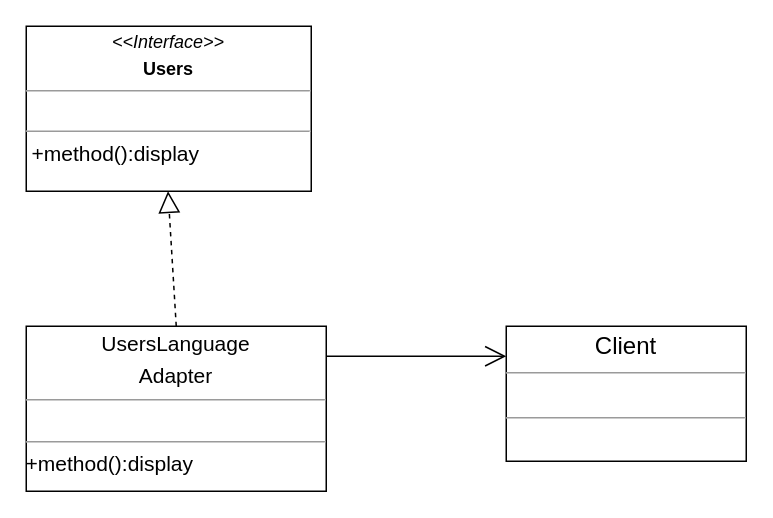
MaksShadows/Patterns keeps this draw.io diagram as structural/adapter/adapter.drawio. Above is the earlier version. Source tidied: cells renumbered, new cells numbered last; positions are measured from the earlier drawing's top-left corner, leaving out a move shared by most shapes. Both pictures are drawn from the tidied source at 150%, with x=0, y=0 at pixel (26, 26).
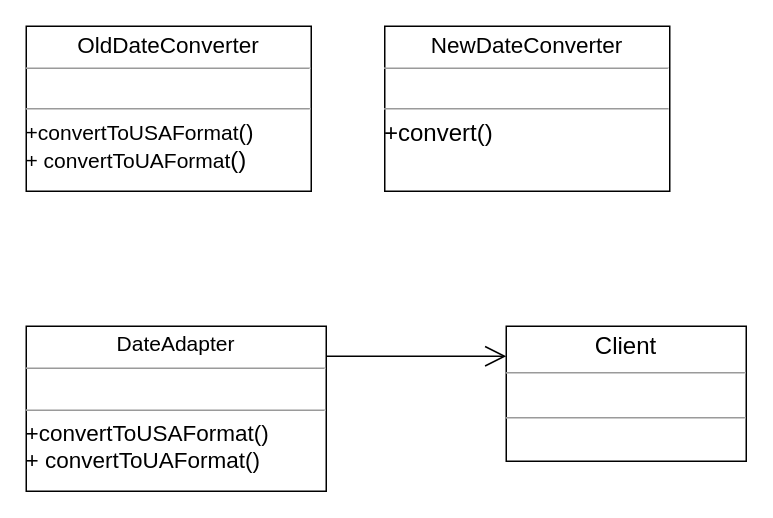
Above is the later version.

What changed in the source:
```diff
@@
 <mxGraphModel>
   <root>
     <mxCell id="0" />
     <mxCell id="1" parent="0" />
-    <mxCell id="2" value="&lt;p style=&quot;margin: 0px ; margin-top: 4px ; text-align: center&quot;&gt;&lt;i&gt;&amp;lt;&amp;lt;Interface&amp;gt;&amp;gt;&lt;/i&gt;&lt;/p&gt;&lt;p style=&quot;margin: 0px ; margin-top: 4px ; text-align: center&quot;&gt;&lt;b&gt;Users&lt;/b&gt;&lt;/p&gt;&lt;hr size=&quot;1&quot;&gt;&lt;p style=&quot;margin: 0px ; margin-left: 4px&quot;&gt;&lt;br&gt;&lt;/p&gt;&lt;hr size=&quot;1&quot;&gt;&lt;p style=&quot;text-align: justify ; margin: 0px 0px 0px 4px&quot;&gt;&lt;font style=&quot;font-size: 14px&quot;&gt;+method():display&lt;/font&gt;&lt;/p&gt;" style="verticalAlign=top;align=left;overflow=fill;fontSize=12;fontFamily=Helvetica;html=1;" parent="1" vertex="1">
+    <mxCell id="2" value="&lt;p style=&quot;margin: 0px ; margin-top: 4px ; text-align: center&quot;&gt;&lt;font style=&quot;font-size: 15px&quot;&gt;OldDateConverter&lt;/font&gt;&lt;br&gt;&lt;/p&gt;&lt;hr size=&quot;1&quot;&gt;&lt;p style=&quot;margin: 0px ; margin-left: 4px&quot;&gt;&lt;br&gt;&lt;/p&gt;&lt;hr size=&quot;1&quot;&gt;&lt;p style=&quot;text-align: justify ; margin: 0px 0px 0px 4px&quot;&gt;&lt;/p&gt;&lt;span style=&quot;font-size: 14px ; text-align: justify&quot;&gt;+&lt;/span&gt;&lt;span style=&quot;font-size: 14px&quot;&gt;convertToUSAFormat&lt;/span&gt;&lt;font style=&quot;font-size: 15px&quot;&gt;()&lt;/font&gt;&lt;br&gt;&lt;span style=&quot;font-size: 14px&quot;&gt;+&amp;nbsp;&lt;/span&gt;&lt;span style=&quot;font-size: 14px&quot;&gt;convertToUAFormat&lt;/span&gt;&lt;font style=&quot;font-size: 16px&quot;&gt;()&lt;/font&gt;&lt;span style=&quot;font-size: 14px&quot;&gt;&lt;br&gt;&lt;/span&gt;" style="verticalAlign=top;align=left;overflow=fill;fontSize=12;fontFamily=Helvetica;html=1;" parent="1" vertex="1">
       <mxGeometry width="190" height="110" as="geometry" />
     </mxCell>
-    <mxCell id="3" value="&lt;p style=&quot;text-align: center ; margin: 4px 0px 0px ; font-size: 14px&quot;&gt;UsersLanguage&lt;/p&gt;&lt;p style=&quot;text-align: center ; margin: 4px 0px 0px ; font-size: 14px&quot;&gt;Adapter&lt;/p&gt;&lt;hr size=&quot;1&quot; style=&quot;text-align: justify ; font-size: 14px&quot;&gt;&lt;p style=&quot;text-align: justify ; margin: 0px 0px 0px 4px&quot;&gt;&lt;br&gt;&lt;/p&gt;&lt;hr size=&quot;1&quot; style=&quot;text-align: justify&quot;&gt;&lt;p style=&quot;text-align: justify ; margin: 0px 0px 0px 4px&quot;&gt;&lt;/p&gt;&lt;span style=&quot;font-size: 14px ; text-align: justify&quot;&gt;+method():display&lt;/span&gt;" style="verticalAlign=top;align=left;overflow=fill;fontSize=12;fontFamily=Helvetica;html=1;" parent="1" vertex="1">
+    <mxCell id="3" value="&lt;p style=&quot;text-align: center ; margin: 4px 0px 0px&quot;&gt;&lt;span style=&quot;font-size: 14px&quot;&gt;DateAdapter&lt;/span&gt;&lt;br&gt;&lt;/p&gt;&lt;hr size=&quot;1&quot; style=&quot;text-align: justify ; font-size: 14px&quot;&gt;&lt;p style=&quot;text-align: justify ; margin: 0px 0px 0px 4px&quot;&gt;&lt;br&gt;&lt;/p&gt;&lt;hr size=&quot;1&quot; style=&quot;text-align: justify&quot;&gt;&lt;p style=&quot;text-align: justify ; margin: 0px 0px 0px 4px&quot;&gt;&lt;/p&gt;&lt;font style=&quot;font-size: 15px&quot;&gt;&lt;span style=&quot;text-align: justify&quot;&gt;+&lt;/span&gt;convertToUSAFormat()&lt;br&gt;&lt;/font&gt;&lt;font style=&quot;font-size: 15px&quot;&gt;+ convertToUAFormat()&lt;/font&gt;" style="verticalAlign=top;align=left;overflow=fill;fontSize=12;fontFamily=Helvetica;html=1;" parent="1" vertex="1">
       <mxGeometry y="200" width="200" height="110" as="geometry" />
     </mxCell>
     <mxCell id="4" value="&lt;p style=&quot;text-align: center ; margin: 4px 0px 0px ; font-size: 16px&quot;&gt;&lt;font style=&quot;font-size: 16px&quot;&gt;Client&lt;/font&gt;&lt;/p&gt;&lt;hr size=&quot;1&quot; style=&quot;text-align: justify ; font-size: 16px&quot;&gt;&lt;p style=&quot;text-align: justify ; margin: 0px 0px 0px 4px&quot;&gt;&lt;br&gt;&lt;/p&gt;&lt;hr size=&quot;1&quot; style=&quot;text-align: justify&quot;&gt;&lt;p style=&quot;text-align: justify ; margin: 0px 0px 0px 4px&quot;&gt;&lt;br&gt;&lt;/p&gt;" style="verticalAlign=top;align=left;overflow=fill;fontSize=12;fontFamily=Helvetica;html=1;" parent="1" vertex="1">
       <mxGeometry x="320" y="200" width="160" height="90" as="geometry" />
     </mxCell>
     <mxCell id="5" style="endArrow=open;endFill=1;endSize=12;html=1;" parent="1" edge="1">
       <mxGeometry relative="1" as="geometry">
         <mxPoint x="200" y="220" as="sourcePoint" />
         <mxPoint x="320" y="220" as="targetPoint" />
       </mxGeometry>
     </mxCell>
-    <mxCell id="6" style="endArrow=block;dashed=1;endFill=0;endSize=12;html=1;exitX=0.5;exitY=0;exitDx=0;exitDy=0;" parent="1" edge="1" source="3">
-      <mxGeometry relative="1" as="geometry">
-        <mxPoint x="94.5" y="110" as="targetPoint" />
-      </mxGeometry>
+    <mxCell id="6" value="&lt;p style=&quot;margin: 0px ; margin-top: 4px ; text-align: center&quot;&gt;&lt;font style=&quot;font-size: 15px&quot;&gt;NewDateConverter&lt;/font&gt;&lt;br&gt;&lt;/p&gt;&lt;hr size=&quot;1&quot;&gt;&lt;p style=&quot;margin: 0px ; margin-left: 4px&quot;&gt;&lt;br&gt;&lt;/p&gt;&lt;hr size=&quot;1&quot;&gt;&lt;p style=&quot;text-align: justify ; margin: 0px 0px 0px 4px&quot;&gt;&lt;/p&gt;&lt;font style=&quot;font-size: 16px&quot;&gt;&lt;span style=&quot;text-align: justify&quot;&gt;+&lt;/span&gt;convert()&lt;br&gt;&lt;/font&gt;&lt;span style=&quot;font-size: 14px&quot;&gt;&lt;br&gt;&lt;/span&gt;" style="verticalAlign=top;align=left;overflow=fill;fontSize=12;fontFamily=Helvetica;html=1;" parent="1" vertex="1">
+      <mxGeometry x="239" width="190" height="110" as="geometry" />
     </mxCell>
   </root>
 </mxGraphModel>
```
